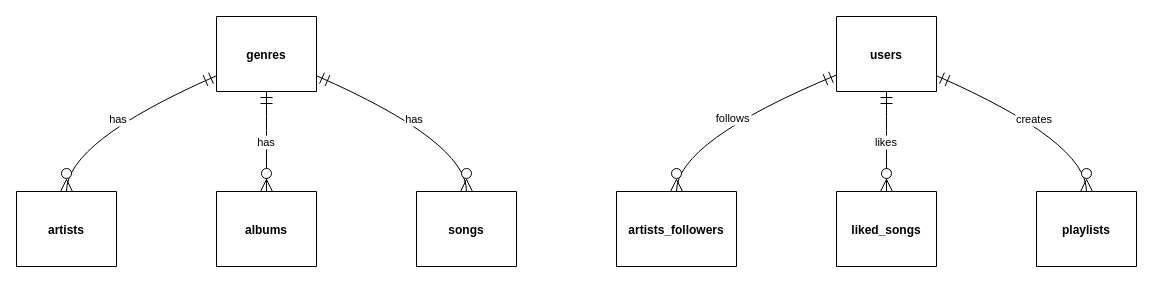
eduardoconde-bit/spotify-database keeps this draw.io diagram as Spotify_Music.drawio. Above is the earlier version. Source tidied: cells renumbered, new cells numbered last; positions are measured from the earlier drawing's top-left corner, leaving out a move shared by most shapes. Both pictures are drawn from the tidied source at 100%, with x=0, y=0 at pixel (16, 16).
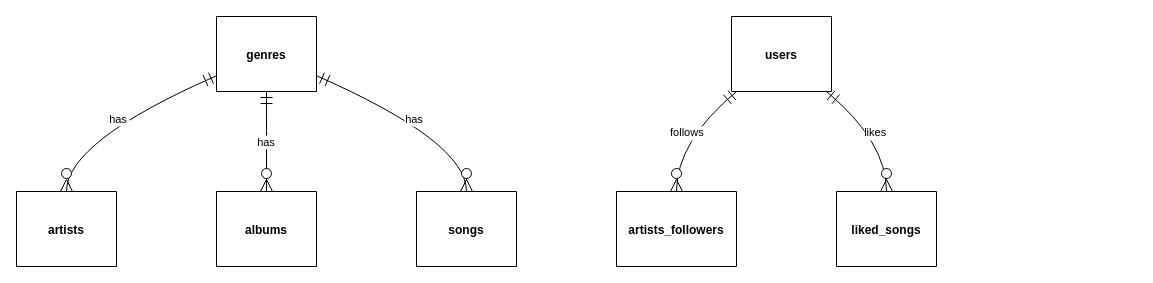
After the change.

Unchanged cells that the change refers to:
```xml
<mxCell id="2" value="genres" style="shape=table;startSize=75;childLayout=tableLayout;rowLines=1;fontStyle=1;align=center;" parent="1" vertex="1">
  <mxGeometry x="200" width="100" height="75" as="geometry" />
</mxCell>
<mxCell id="3" value="artists" style="shape=table;startSize=75;childLayout=tableLayout;rowLines=1;fontStyle=1;align=center;" parent="1" vertex="1">
  <mxGeometry y="175" width="100" height="75" as="geometry" />
</mxCell>
<mxCell id="4" value="albums" style="shape=table;startSize=75;childLayout=tableLayout;rowLines=1;fontStyle=1;align=center;" parent="1" vertex="1">
  <mxGeometry x="200" y="175" width="100" height="75" as="geometry" />
</mxCell>
<mxCell id="5" value="songs" style="shape=table;startSize=75;childLayout=tableLayout;rowLines=1;fontStyle=1;align=center;" parent="1" vertex="1">
  <mxGeometry x="400" y="175" width="100" height="75" as="geometry" />
</mxCell>
<mxCell id="7" value="artists_followers" style="shape=table;startSize=75;childLayout=tableLayout;rowLines=1;fontStyle=1;align=center;" parent="1" vertex="1">
  <mxGeometry x="600" y="175" width="120" height="75" as="geometry" />
</mxCell>
<mxCell id="8" value="liked_songs" style="shape=table;startSize=75;childLayout=tableLayout;rowLines=1;fontStyle=1;align=center;" parent="1" vertex="1">
  <mxGeometry x="820" y="175" width="100" height="75" as="geometry" />
</mxCell>
```

Change to the diagram source:
```diff
@@
     <mxCell id="6" value="users" style="shape=table;startSize=75;childLayout=tableLayout;rowLines=1;fontStyle=1;align=center;" parent="1" vertex="1">
-      <mxGeometry x="820" width="100" height="75" as="geometry" />
+      <mxGeometry x="715" width="100" height="75" as="geometry" />
     </mxCell>
@@
-    <mxCell id="9" value="playlists" style="shape=table;startSize=75;childLayout=tableLayout;rowLines=1;fontStyle=1;align=center;" parent="1" vertex="1">
-      <mxGeometry x="1020" y="175" width="100" height="75" as="geometry" />
+    <mxCell id="9" value="has" style="curved=1;startArrow=ERmandOne;startSize=10;endArrow=ERzeroToMany;endSize=10;exitX=0;exitY=0.79;entryX=0.5;entryY=0;" parent="1" edge="1" source="2" target="3">
+      <mxGeometry relative="1" as="geometry">
+        <Array as="points">
+          <mxPoint x="50" y="125" />
+        </Array>
+      </mxGeometry>
     </mxCell>
-    <mxCell id="10" value="has" style="curved=1;startArrow=ERmandOne;startSize=10;endArrow=ERzeroToMany;endSize=10;exitX=0;exitY=0.79;entryX=0.5;entryY=0;" parent="1" edge="1" source="2" target="3">
-      <mxGeometry relative="1" as="geometry">
-        <Array as="points">
-          <mxPoint x="50" y="125" />
-        </Array>
-      </mxGeometry>
+    <mxCell id="10" value="has" style="curved=1;startArrow=ERmandOne;startSize=10;endArrow=ERzeroToMany;endSize=10;exitX=0.5;exitY=1;entryX=0.5;entryY=0;" parent="1" edge="1" source="2" target="4">
+      <mxGeometry relative="1" as="geometry" />
     </mxCell>
-    <mxCell id="11" value="has" style="curved=1;startArrow=ERmandOne;startSize=10;endArrow=ERzeroToMany;endSize=10;exitX=0.5;exitY=1;entryX=0.5;entryY=0;" parent="1" edge="1" source="2" target="4">
-      <mxGeometry relative="1" as="geometry" />
+    <mxCell id="11" value="has" style="curved=1;startArrow=ERmandOne;startSize=10;endArrow=ERzeroToMany;endSize=10;exitX=1;exitY=0.79;entryX=0.5;entryY=0;" parent="1" edge="1" source="2" target="5">
+      <mxGeometry relative="1" as="geometry">
+        <Array as="points">
+          <mxPoint x="450" y="125" />
+        </Array>
+      </mxGeometry>
     </mxCell>
-    <mxCell id="12" value="has" style="curved=1;startArrow=ERmandOne;startSize=10;endArrow=ERzeroToMany;endSize=10;exitX=1;exitY=0.79;entryX=0.5;entryY=0;" parent="1" edge="1" source="2" target="5">
+    <mxCell id="12" value="follows" style="curved=1;startArrow=ERmandOne;startSize=10;endArrow=ERzeroToMany;endSize=10;exitX=0.05;exitY=1;entryX=0.5;entryY=0;" parent="1" edge="1" source="6" target="7">
       <mxGeometry relative="1" as="geometry">
         <Array as="points">
-          <mxPoint x="450" y="125" />
+          <mxPoint x="660" y="125" />
         </Array>
       </mxGeometry>
     </mxCell>
-    <mxCell id="13" value="follows" style="curved=1;startArrow=ERmandOne;startSize=10;endArrow=ERzeroToMany;endSize=10;exitX=0;exitY=0.78;entryX=0.5;entryY=0;" parent="1" edge="1" source="6" target="7">
+    <mxCell id="13" value="likes" style="curved=1;startArrow=ERmandOne;startSize=10;endArrow=ERzeroToMany;endSize=10;exitX=0.95;exitY=1;entryX=0.5;entryY=0;" parent="1" edge="1" source="6" target="8">
       <mxGeometry relative="1" as="geometry">
         <Array as="points">
-          <mxPoint x="660" y="125" />
+          <mxPoint x="870" y="125" />
         </Array>
       </mxGeometry>
     </mxCell>
-    <mxCell id="14" value="likes" style="curved=1;startArrow=ERmandOne;startSize=10;endArrow=ERzeroToMany;endSize=10;exitX=0.5;exitY=1;entryX=0.5;entryY=0;" parent="1" edge="1" source="6" target="8">
-      <mxGeometry relative="1" as="geometry" />
-    </mxCell>
-    <mxCell id="15" value="creates" style="curved=1;startArrow=ERmandOne;startSize=10;endArrow=ERzeroToMany;endSize=10;exitX=1;exitY=0.79;entryX=0.5;entryY=0;" parent="1" edge="1" source="6" target="9">
-      <mxGeometry relative="1" as="geometry">
-        <Array as="points">
-          <mxPoint x="1070" y="125" />
-        </Array>
-      </mxGeometry>
-    </mxCell>
```
